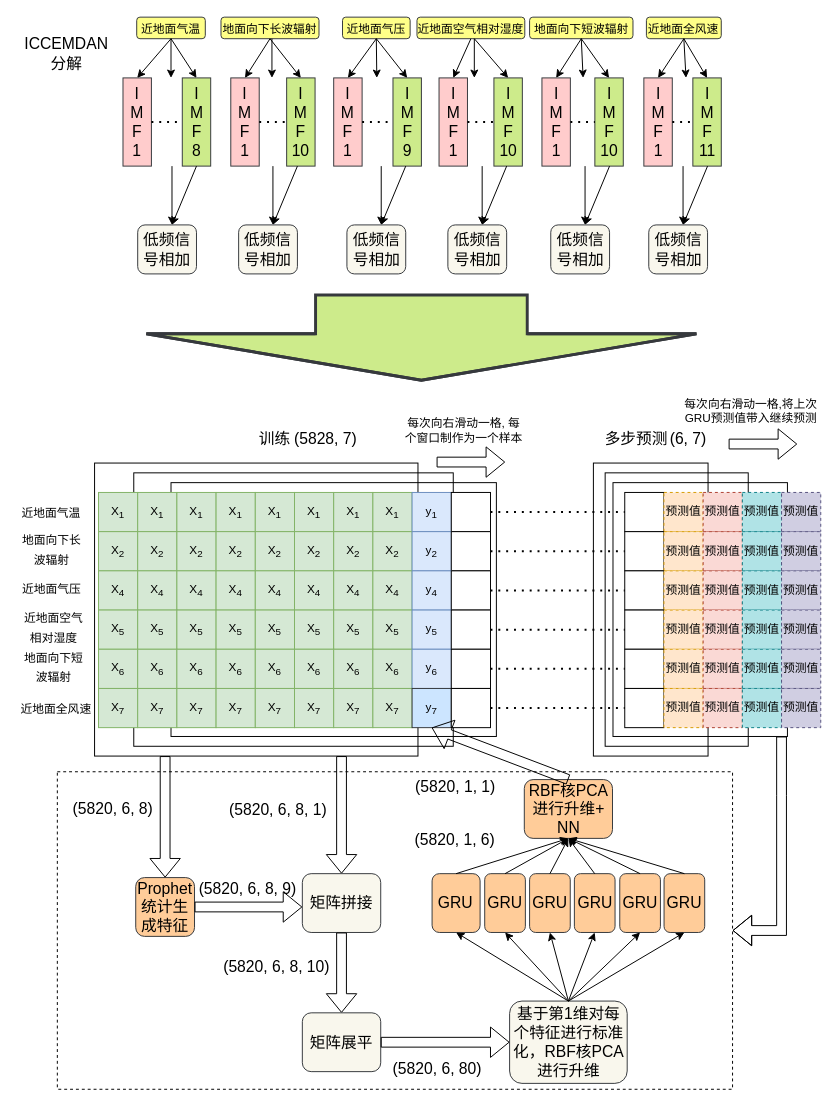
The draw.io diagram figures/src/ICCEMDAN-Prophet-GRU-All-Features.drawio in HollowMan6/My-LZU-CS-UG-Dissertation, before the edit. Source tidied: cells renumbered, new cells numbered last; positions are measured from the earlier drawing's top-left corner, leaving out a move shared by most shapes. Both pictures are drawn from the tidied source at 98%, with x=0, y=0 at pixel (17, 17).
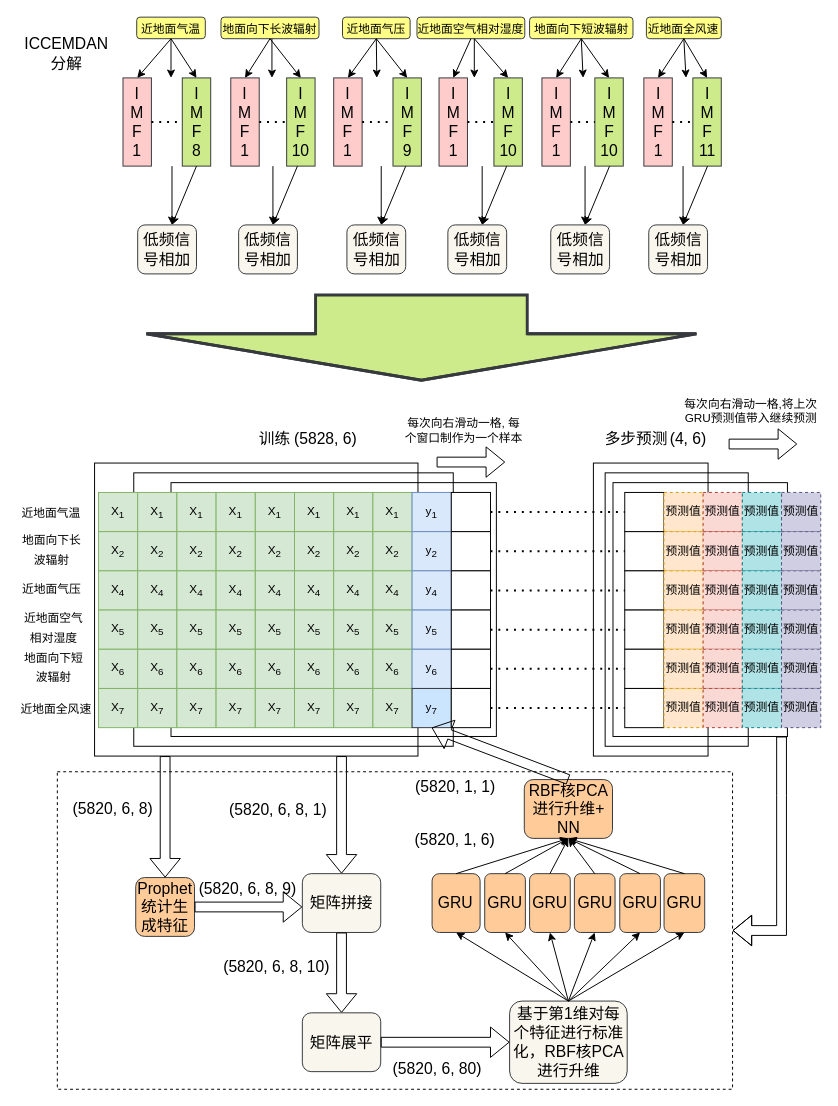
The same diagram, later.

The edit, as a diff of the source:
```diff
@@
-    <mxCell id="32" value="(5828, 7)" style="text;html=1;strokeColor=none;fillColor=none;align=center;verticalAlign=middle;whiteSpace=wrap;rounded=0;fontSize=16;" parent="1" vertex="1">
+    <mxCell id="32" value="(5828, 6)" style="text;html=1;strokeColor=none;fillColor=none;align=center;verticalAlign=middle;whiteSpace=wrap;rounded=0;fontSize=16;" parent="1" vertex="1">
       <mxGeometry x="279" y="415" width="72" height="30" as="geometry" />
     </mxCell>
-    <mxCell id="33" value="(6, 7)" style="text;html=1;strokeColor=none;fillColor=none;align=center;verticalAlign=middle;whiteSpace=wrap;rounded=0;fontSize=16;" parent="1" vertex="1">
+    <mxCell id="33" value="(4, 6)" style="text;html=1;strokeColor=none;fillColor=none;align=center;verticalAlign=middle;whiteSpace=wrap;rounded=0;fontSize=16;" parent="1" vertex="1">
       <mxGeometry x="655" y="415" width="60" height="30" as="geometry" />
     </mxCell>
```
